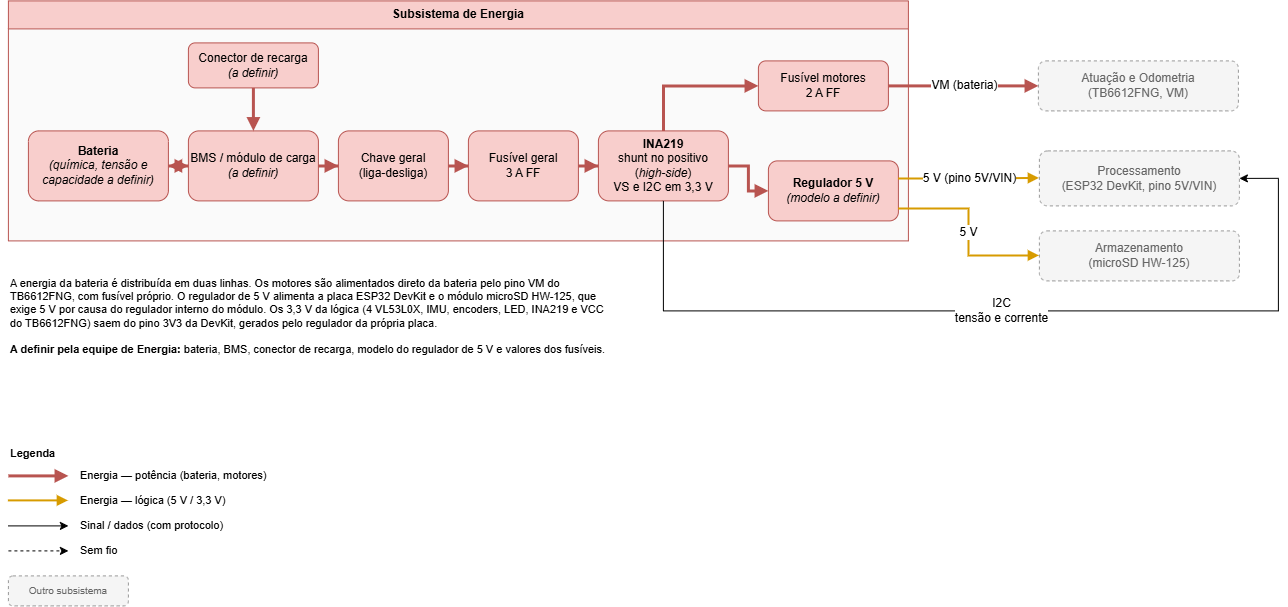
Earlier version of the draw.io export hw/Placa de Integração/Diagrama de blocos/Diagrama de blocos-Energia.drawio.png (fcte-pi1/2026.2_PI1_Grupo2_Hilmer). Source tidied: cells renumbered, new cells last; positions are measured from the earlier drawing's top-left corner, leaving out a move shared by most shapes.
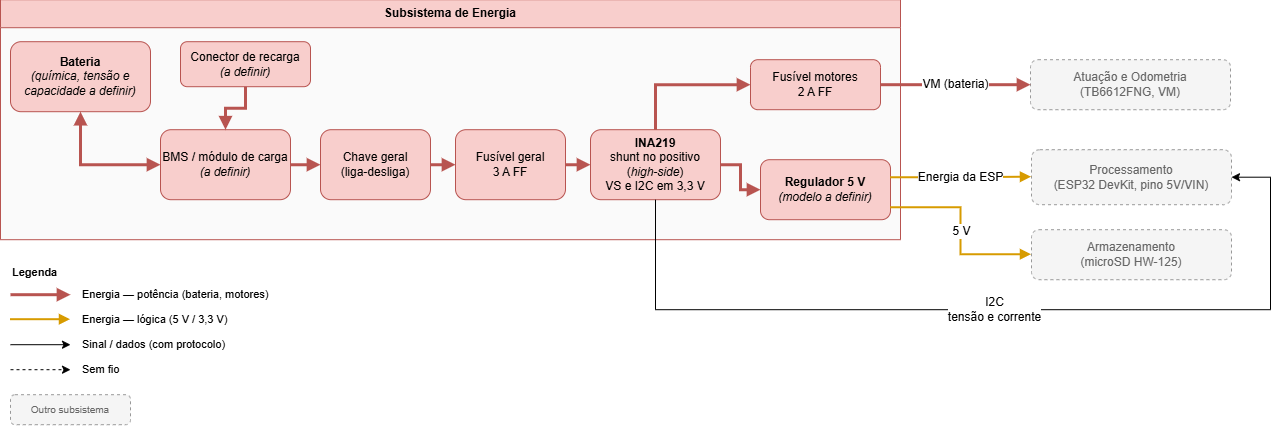
The same diagram one commit later.

Commit message:
[Hardware] Reduz projeto conceitual e diagramas ao escopo do diagrama de blocos

Diff of the diagram source:
```diff
@@ -3,22 +3,22 @@
     <mxCell id="0" />
     <mxCell id="1" parent="0" />
     <mxCell id="2" value="Subsistema de Energia" style="swimlane;whiteSpace=wrap;html=1;startSize=28;fillColor=#f8cecc;strokeColor=#b85450;swimlaneFillColor=#FAFAFA;fontStyle=1;" parent="1" vertex="1">
-      <mxGeometry width="900" height="240" as="geometry" />
+      <mxGeometry x="-10" y="180" width="900" height="240" as="geometry" />
     </mxCell>
     <mxCell id="3" value="Conector de recarga&lt;br&gt;&lt;i&gt;(a definir)&lt;/i&gt;" style="rounded=1;whiteSpace=wrap;html=1;fillColor=#f8cecc;strokeColor=#b85450;" parent="2" vertex="1">
       <mxGeometry x="180" y="42" width="130" height="45" as="geometry" />
     </mxCell>
     <mxCell id="4" value="&lt;b&gt;Bateria&lt;/b&gt;&lt;br&gt;&lt;i&gt;(química, tensão e&lt;br&gt;capacidade a definir)&lt;/i&gt;" style="rounded=1;whiteSpace=wrap;html=1;fillColor=#f8cecc;strokeColor=#b85450;" parent="2" vertex="1">
-      <mxGeometry x="20" y="130" width="140" height="70" as="geometry" />
+      <mxGeometry x="10" y="42" width="140" height="70" as="geometry" />
     </mxCell>
     <mxCell id="5" value="BMS / módulo de carga&lt;br&gt;&lt;i&gt;(a definir)&lt;/i&gt;" style="rounded=1;whiteSpace=wrap;html=1;fillColor=#f8cecc;strokeColor=#b85450;" parent="2" vertex="1">
-      <mxGeometry x="180" y="130" width="130" height="70" as="geometry" />
+      <mxGeometry x="160" y="130" width="130" height="70" as="geometry" />
     </mxCell>
     <mxCell id="6" value="Chave geral&lt;br&gt;(liga-desliga)" style="rounded=1;whiteSpace=wrap;html=1;fillColor=#f8cecc;strokeColor=#b85450;" parent="2" vertex="1">
-      <mxGeometry x="330" y="130" width="110" height="70" as="geometry" />
+      <mxGeometry x="320" y="130" width="110" height="70" as="geometry" />
     </mxCell>
     <mxCell id="7" value="Fusível geral&lt;br&gt;3 A FF" style="rounded=1;whiteSpace=wrap;html=1;fillColor=#f8cecc;strokeColor=#b85450;" parent="2" vertex="1">
-      <mxGeometry x="460" y="130" width="110" height="70" as="geometry" />
+      <mxGeometry x="455" y="130" width="110" height="70" as="geometry" />
     </mxCell>
     <mxCell id="8" value="&lt;b&gt;INA219&lt;/b&gt;&lt;br&gt;shunt no positivo&lt;br&gt;(&lt;i&gt;high-side&lt;/i&gt;)&lt;br&gt;VS e I2C em 3,3 V" style="rounded=1;whiteSpace=wrap;html=1;fillColor=#f8cecc;strokeColor=#b85450;" parent="2" vertex="1">
       <mxGeometry x="590" y="130" width="130" height="70" as="geometry" />
@@ -29,21 +29,25 @@
     <mxCell id="10" value="&lt;b&gt;Regulador 5 V&lt;/b&gt;&lt;br&gt;&lt;i&gt;(modelo a definir)&lt;/i&gt;" style="rounded=1;whiteSpace=wrap;html=1;fillColor=#f8cecc;strokeColor=#b85450;" parent="2" vertex="1">
       <mxGeometry x="760" y="160" width="130" height="60" as="geometry" />
     </mxCell>
+    <mxCell id="15" style="edgeStyle=orthogonalEdgeStyle;rounded=0;jettySize=auto;html=1;labelBackgroundColor=#FFFFFF;fontSize=10;strokeWidth=3;strokeColor=#B85450;endArrow=block;endFill=1;startArrow=block;startFill=1;exitX=0.5;exitY=1;exitDx=0;exitDy=0;entryX=0;entryY=0.5;entryDx=0;entryDy=0;" parent="2" edge="1" source="4" target="5">
+      <mxGeometry relative="1" as="geometry">
+        <Array as="points">
+          <mxPoint x="80" y="165" />
+        </Array>
+      </mxGeometry>
+    </mxCell>
     <mxCell id="11" value="Atuação e Odometria&lt;br&gt;(TB6612FNG, VM)" style="rounded=1;whiteSpace=wrap;html=1;fillColor=#f5f5f5;strokeColor=#999999;dashed=1;fontColor=#666666;" parent="1" vertex="1">
-      <mxGeometry x="1030" y="60" width="200" height="50" as="geometry" />
+      <mxGeometry x="1020" y="240" width="200" height="50" as="geometry" />
     </mxCell>
     <mxCell id="12" value="Processamento&lt;br&gt;(ESP32 DevKit, pino 5V/VIN)" style="rounded=1;whiteSpace=wrap;html=1;fillColor=#f5f5f5;strokeColor=#999999;dashed=1;fontColor=#666666;" parent="1" vertex="1">
-      <mxGeometry x="1031" y="150" width="200" height="55" as="geometry" />
+      <mxGeometry x="1021" y="330" width="200" height="55" as="geometry" />
     </mxCell>
     <mxCell id="13" value="Armazenamento&lt;br&gt;(microSD HW-125)" style="rounded=1;whiteSpace=wrap;html=1;fillColor=#f5f5f5;strokeColor=#999999;dashed=1;fontColor=#666666;" parent="1" vertex="1">
-      <mxGeometry x="1031" y="230" width="200" height="50" as="geometry" />
+      <mxGeometry x="1021" y="410" width="200" height="50" as="geometry" />
     </mxCell>
     <mxCell id="14" style="edgeStyle=orthogonalEdgeStyle;rounded=0;jettySize=auto;html=1;labelBackgroundColor=#FFFFFF;fontSize=10;strokeWidth=3;strokeColor=#B85450;endArrow=block;endFill=1;" parent="1" edge="1" source="3" target="5">
       <mxGeometry relative="1" as="geometry" />
     </mxCell>
-    <mxCell id="15" style="edgeStyle=orthogonalEdgeStyle;rounded=0;jettySize=auto;html=1;labelBackgroundColor=#FFFFFF;fontSize=10;strokeWidth=3;strokeColor=#B85450;endArrow=block;endFill=1;startArrow=block;startFill=1;" parent="1" edge="1" source="4" target="5">
-      <mxGeometry relative="1" as="geometry" />
-    </mxCell>
     <mxCell id="16" style="edgeStyle=orthogonalEdgeStyle;rounded=0;jettySize=auto;html=1;labelBackgroundColor=#FFFFFF;fontSize=10;strokeWidth=3;strokeColor=#B85450;endArrow=block;endFill=1;" parent="1" edge="1" source="5" target="6">
       <mxGeometry relative="1" as="geometry" />
     </mxCell>
@@ -56,7 +60,7 @@
     <mxCell id="19" style="edgeStyle=orthogonalEdgeStyle;rounded=0;jettySize=auto;html=1;labelBackgroundColor=#FFFFFF;fontSize=10;strokeWidth=3;strokeColor=#B85450;endArrow=block;endFill=1;exitX=0.5;exitY=0;exitDx=0;exitDy=0;entryX=0;entryY=0.5;entryDx=0;entryDy=0;" parent="1" edge="1" source="8" target="9">
       <mxGeometry relative="1" as="geometry">
         <Array as="points">
-          <mxPoint x="655" y="85" />
+          <mxPoint x="645" y="265" />
         </Array>
       </mxGeometry>
     </mxCell>
@@ -66,7 +70,7 @@
     <mxCell id="21" value="&lt;font style=&quot;font-size: 12px;&quot;&gt;VM (bateria)&lt;/font&gt;" style="edgeStyle=orthogonalEdgeStyle;rounded=0;jettySize=auto;html=1;labelBackgroundColor=#FFFFFF;fontSize=10;strokeWidth=3;strokeColor=#B85450;endArrow=block;endFill=1;exitX=1;exitY=0.5;exitDx=0;exitDy=0;entryX=0;entryY=0.5;entryDx=0;entryDy=0;" parent="1" edge="1" source="9" target="11">
       <mxGeometry relative="1" as="geometry" />
     </mxCell>
-    <mxCell id="22" value="&lt;font style=&quot;font-size: 12px;&quot;&gt;5 V (pino 5V/VIN)&lt;/font&gt;" style="edgeStyle=orthogonalEdgeStyle;rounded=0;jettySize=auto;html=1;labelBackgroundColor=#FFFFFF;fontSize=10;strokeWidth=2;strokeColor=#D79B00;endArrow=block;endFill=1;exitX=1;exitY=0.3;exitDx=0;exitDy=0;entryX=0;entryY=0.5;entryDx=0;entryDy=0;" parent="1" edge="1" source="10" target="12">
+    <mxCell id="22" value="&lt;font style=&quot;font-size: 12px;&quot;&gt;Energia da ESP&lt;/font&gt;" style="edgeStyle=orthogonalEdgeStyle;rounded=0;jettySize=auto;html=1;labelBackgroundColor=#FFFFFF;fontSize=10;strokeWidth=2;strokeColor=#D79B00;endArrow=block;endFill=1;exitX=1;exitY=0.3;exitDx=0;exitDy=0;entryX=0;entryY=0.5;entryDx=0;entryDy=0;" parent="1" edge="1" source="10" target="12">
       <mxGeometry relative="1" as="geometry" />
     </mxCell>
     <mxCell id="23" value="&lt;font style=&quot;font-size: 12px;&quot;&gt;5 V&lt;/font&gt;" style="edgeStyle=orthogonalEdgeStyle;rounded=0;jettySize=auto;html=1;labelBackgroundColor=#FFFFFF;fontSize=10;strokeWidth=2;strokeColor=#D79B00;endArrow=block;endFill=1;exitX=1;exitY=0.8;exitDx=0;exitDy=0;entryX=0;entryY=0.5;entryDx=0;entryDy=0;" parent="1" edge="1" source="10" target="13">
@@ -75,15 +79,12 @@
     <mxCell id="24" value="&lt;font style=&quot;font-size: 12px;&quot;&gt;I2C&lt;br&gt;tensão e corrente&lt;/font&gt;" style="edgeStyle=orthogonalEdgeStyle;rounded=0;jettySize=auto;html=1;labelBackgroundColor=#FFFFFF;fontSize=10;strokeWidth=1;endArrow=classic;endFill=1;exitX=0.5;exitY=1;exitDx=0;exitDy=0;entryX=1;entryY=0.5;entryDx=0;entryDy=0;" parent="1" edge="1" source="8" target="12">
       <mxGeometry relative="1" as="geometry">
         <Array as="points">
-          <mxPoint x="655" y="310" />
-          <mxPoint x="1270" y="310" />
-          <mxPoint x="1270" y="177.5" />
+          <mxPoint x="645" y="490" />
+          <mxPoint x="1260" y="490" />
+          <mxPoint x="1260" y="357.5" />
         </Array>
       </mxGeometry>
     </mxCell>
-    <mxCell id="25" value="A energia da bateria é distribuída em duas linhas. Os motores são alimentados direto da bateria pelo pino VM do TB6612FNG, com fusível próprio. O regulador de 5 V alimenta a placa ESP32 DevKit e o módulo microSD HW-125, que exige 5 V por causa do regulador interno do módulo. Os 3,3 V da lógica (4 VL53L0X, IMU, encoders, LED, INA219 e VCC do TB6612FNG) saem do pino 3V3 da DevKit, gerados pelo regulador da própria placa.&lt;br&gt;&lt;br&gt;&lt;b&gt;A definir pela equipe de Energia:&lt;/b&gt; bateria, BMS, conector de recarga, modelo do regulador de 5 V e valores dos fusíveis." style="text;html=1;align=left;verticalAlign=top;whiteSpace=wrap;fontSize=11;" parent="1" vertex="1">
-      <mxGeometry y="270" width="600" height="105" as="geometry" />
-    </mxCell>
     <mxCell id="26" value="&lt;b&gt;Legenda&lt;/b&gt;" style="text;html=1;align=left;verticalAlign=top;whiteSpace=wrap;fontSize=11;" parent="1" vertex="1">
       <mxGeometry y="440" width="200" height="20" as="geometry" />
     </mxCell>
```
